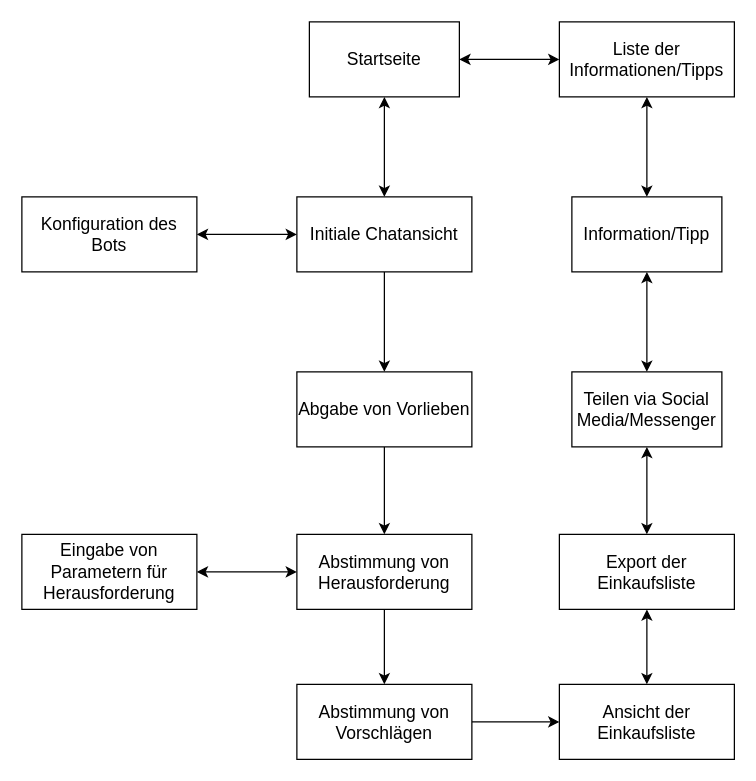
Above: docs/Navigation Model.drawio in astrutz/projekt1-sose21 (draw.io), before the change. Source tidied: cells renumbered, new cells numbered last; positions are measured from the earlier drawing's top-left corner, leaving out a move shared by most shapes. Both pictures are drawn from the tidied source at 125%, with x=0, y=0 at pixel (21, 21).
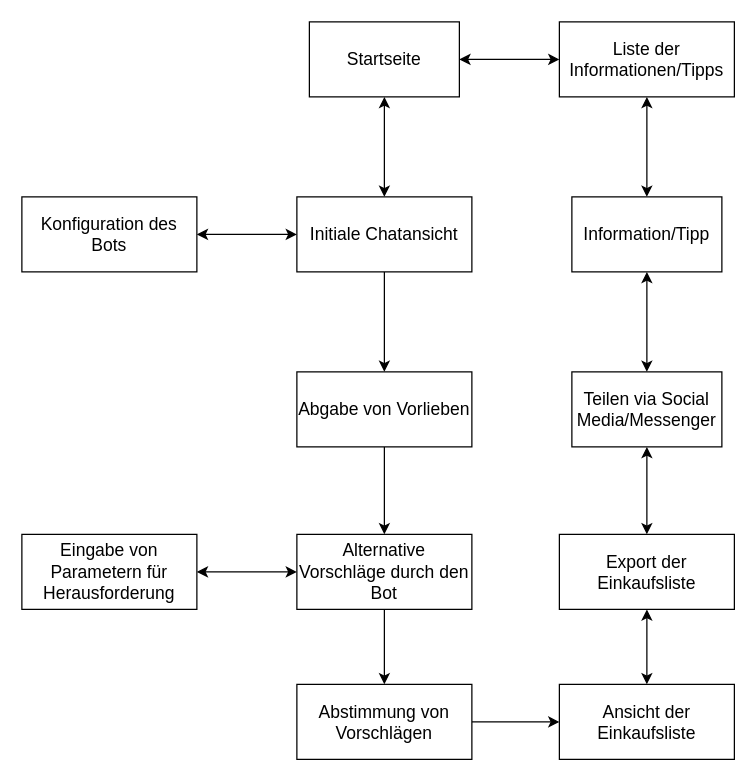
After the change.

Commit message (it also covers changes not shown here):
Update Navigation model

What changed in the source:
```diff
@@
-    <mxCell id="23" value="&lt;font style=&quot;font-size: 14px&quot;&gt;Abstimmung von Herausforderung&lt;/font&gt;" style="rounded=0;whiteSpace=wrap;html=1;" parent="1" vertex="1">
+    <mxCell id="23" value="&lt;font style=&quot;font-size: 14px&quot;&gt;Alternative Vorschläge durch den Bot&lt;/font&gt;" style="rounded=0;whiteSpace=wrap;html=1;" parent="1" vertex="1">
       <mxGeometry x="220" y="410" width="140" height="60" as="geometry" />
     </mxCell>
```
